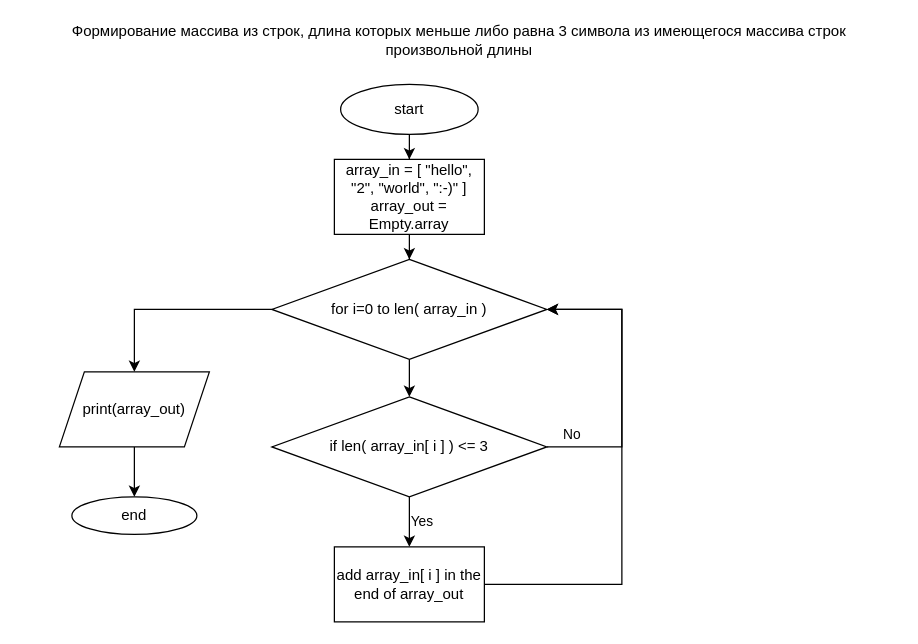
This is diagram.drawio from Lexxx42/final-test-work, a draw.io file, before an edit. Source tidied: cells renumbered, new cells numbered last; positions are measured from the earlier drawing's top-left corner, leaving out a move shared by most shapes. Both pictures are drawn from the tidied source at 125%, with x=0, y=0 at pixel (21, 21).
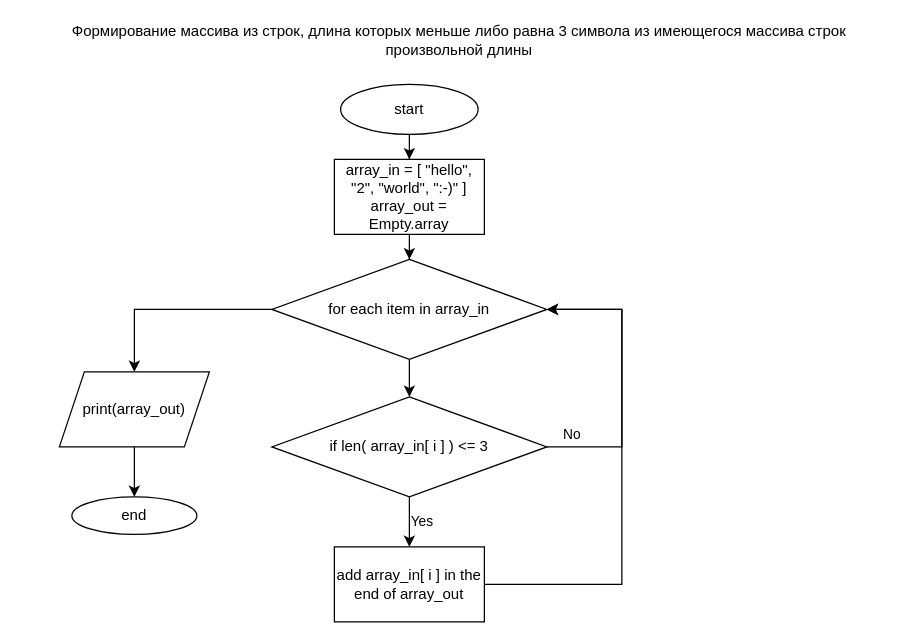
Above is the later version.

Commit message:
fix_of_diagram(i changed my mind of how to do it)

Change to the diagram source:
```diff
@@
-    <mxCell id="8" value="for i=0 to len( array_in )" style="rhombus;whiteSpace=wrap;html=1;" parent="1" vertex="1">
+    <mxCell id="8" value="for each item in array_in" style="rhombus;whiteSpace=wrap;html=1;" parent="1" vertex="1">
       <mxGeometry x="200" y="190" width="220" height="80" as="geometry" />
     </mxCell>
```
